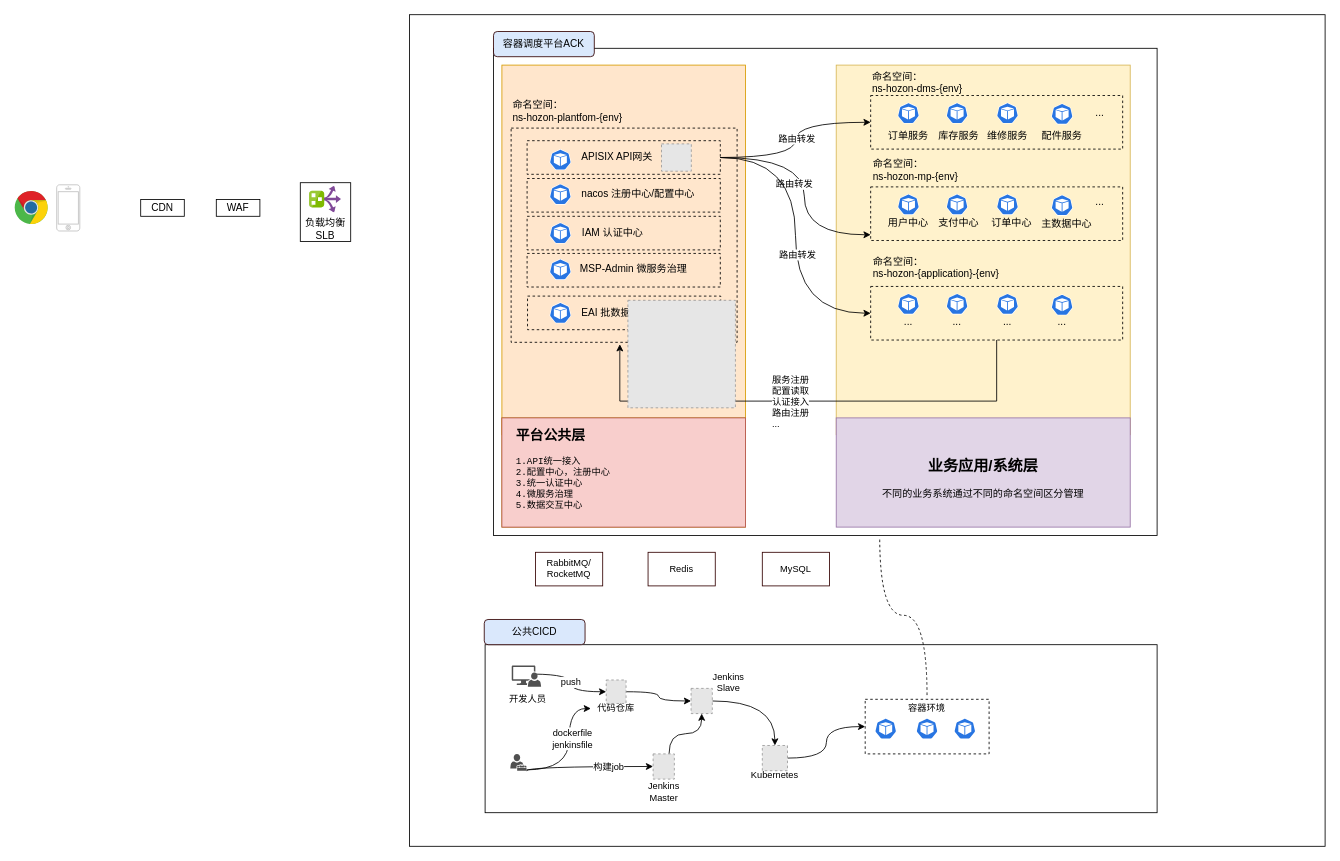
Above: 合众/合众微服务技术平台.drawio in qianjiso/architect (draw.io), before the change. Source tidied: cells renumbered, new cells numbered last; positions are measured from the earlier drawing's top-left corner, leaving out a move shared by most shapes. Both pictures are drawn from the tidied source at 84%, with x=0, y=0 at pixel (14, 14). Pictures stored in the file or linked from it are replaced by grey dashed boxes.
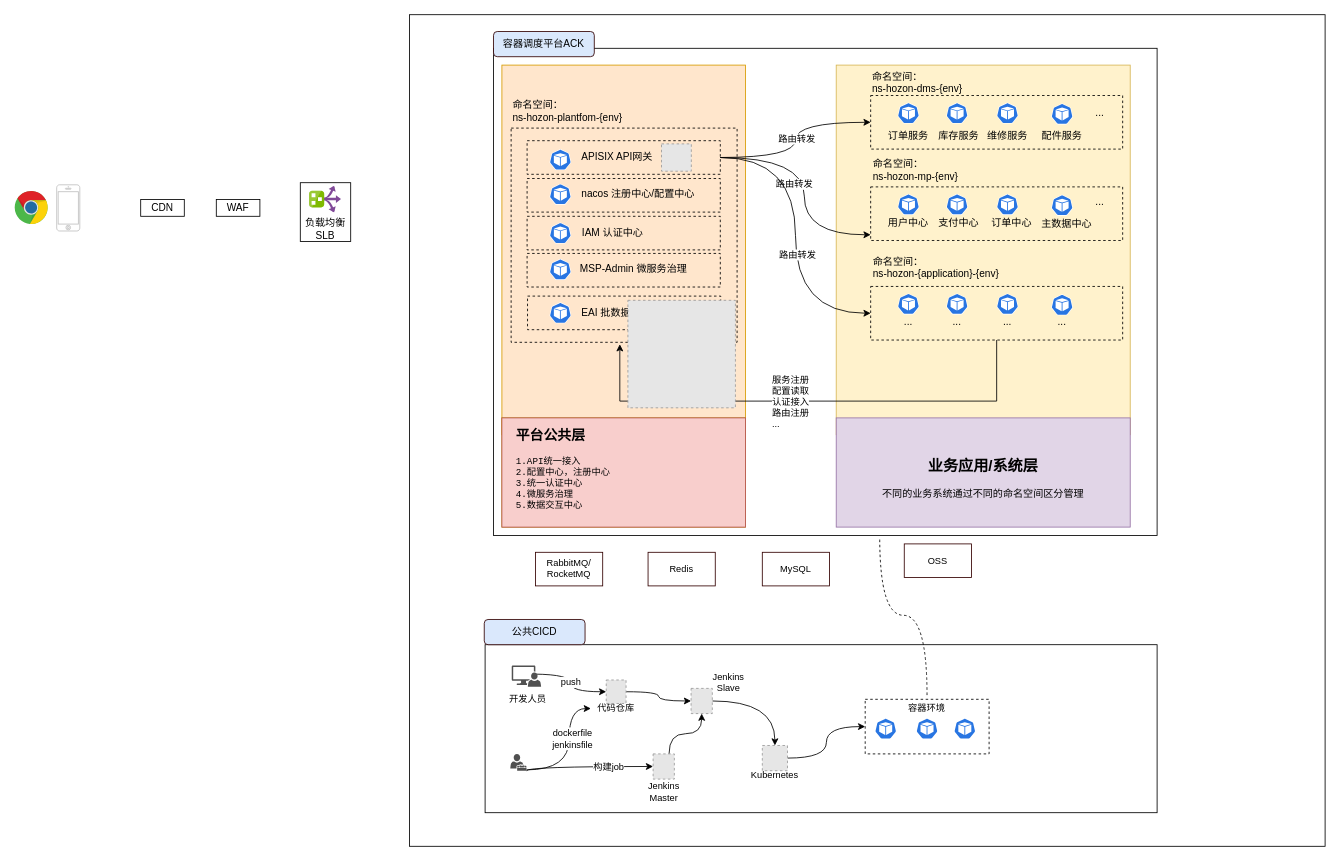
The same page after the edit.

Commit message (it also covers changes not shown here):
Update 合众微服务技术平台.drawio

The edit, as a diff of the source:
```diff
@@
+    <mxCell id="109" value="OSS" style="rounded=0;whiteSpace=wrap;html=1;fontSize=11;strokeColor=#330000;fillColor=none;align=center;verticalAlign=middle;" parent="1" vertex="1">
+      <mxGeometry x="1059" y="630" width="80" height="40" as="geometry" />
+    </mxCell>
```
